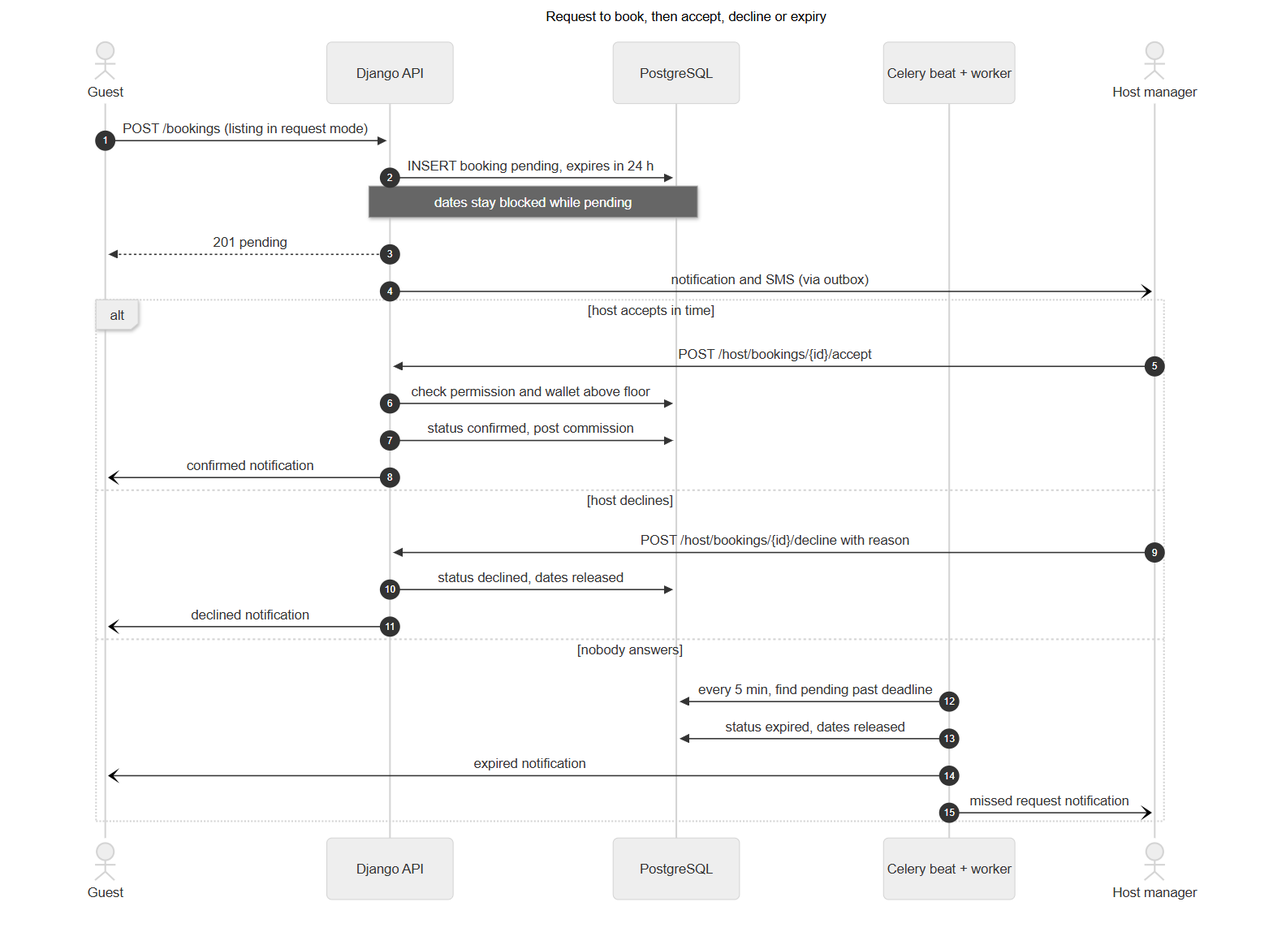
Above: docs/backend/diagrams/rendered/21-seq-request-to-book.png in med-amine-ok/darna (Mermaid), before the change. Its source is kept beside it as docs/backend/diagrams/21-seq-request-to-book.mmd.
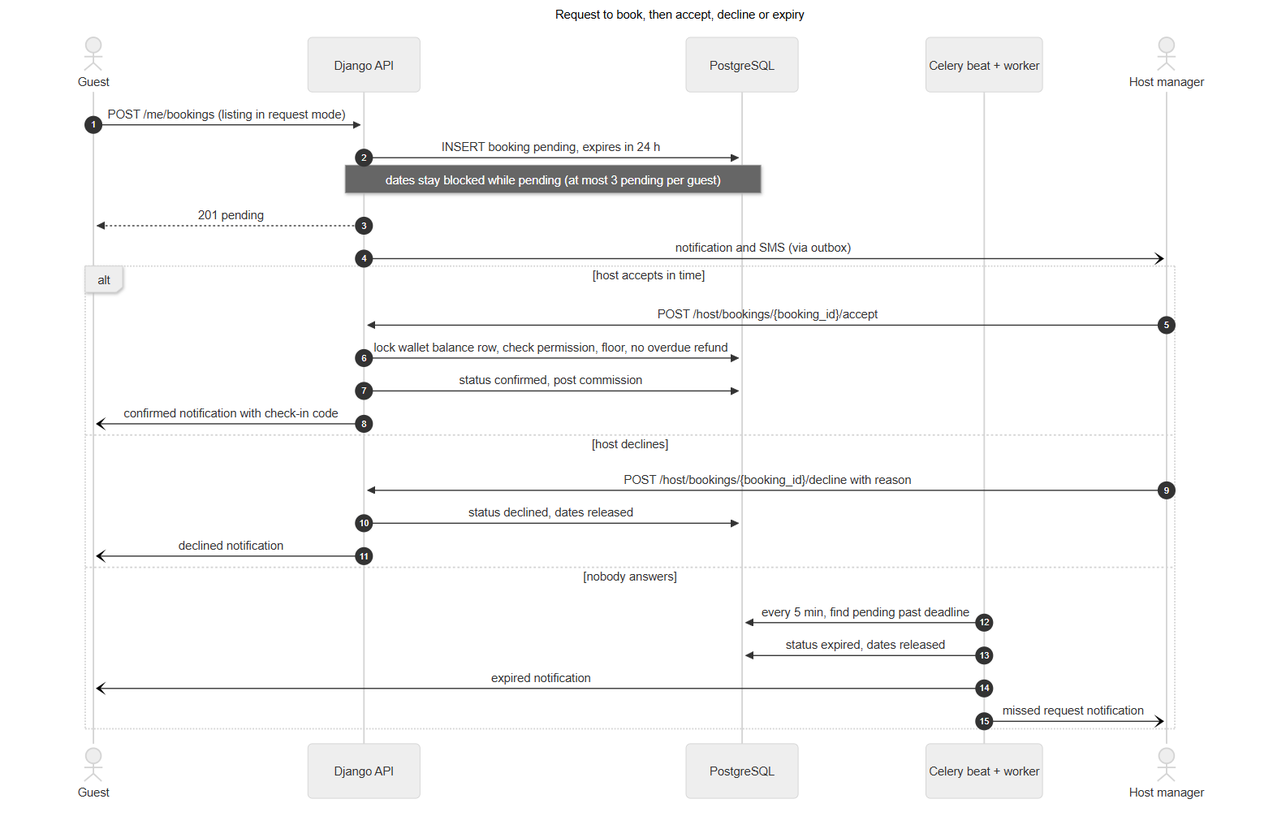
The same diagram one commit later.

The edit, as a diff of the source:
```diff
@@ -8,18 +8,18 @@
     participant DB as PostgreSQL
     participant J as Celery beat + worker
     actor H as Host manager
-    G->>A: POST /bookings (listing in request mode)
+    G->>A: POST /me/bookings (listing in request mode)
     A->>DB: INSERT booking pending, expires in 24 h
-    Note over A,DB: dates stay blocked while pending
+    Note over A,DB: dates stay blocked while pending (at most 3 pending per guest)
     A-->>G: 201 pending
     A-)H: notification and SMS (via outbox)
     alt host accepts in time
-        H->>A: POST /host/bookings/{id}/accept
-        A->>DB: check permission and wallet above floor
+        H->>A: POST /host/bookings/{booking_id}/accept
+        A->>DB: lock wallet balance row, check permission, floor, no overdue refund
         A->>DB: status confirmed, post commission
-        A-)G: confirmed notification
+        A-)G: confirmed notification with check-in code
     else host declines
-        H->>A: POST /host/bookings/{id}/decline with reason
+        H->>A: POST /host/bookings/{booking_id}/decline with reason
         A->>DB: status declined, dates released
         A-)G: declined notification
     else nobody answers
```
